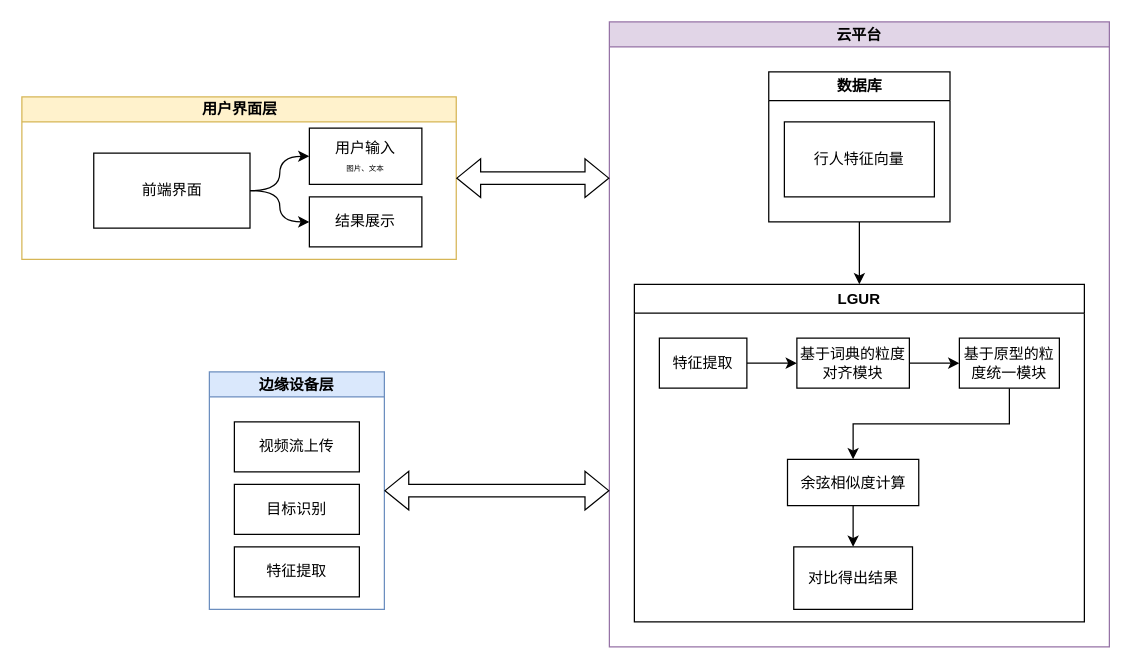
Before: directory/毕设.drawio in lllwwwooo/draw.io, a draw.io diagram. Source tidied: cells renumbered, new cells numbered last; positions are measured from the earlier drawing's top-left corner, leaving out a move shared by most shapes. Both pictures are drawn from the tidied source at 125%, with x=0, y=0 at pixel (21, 21).
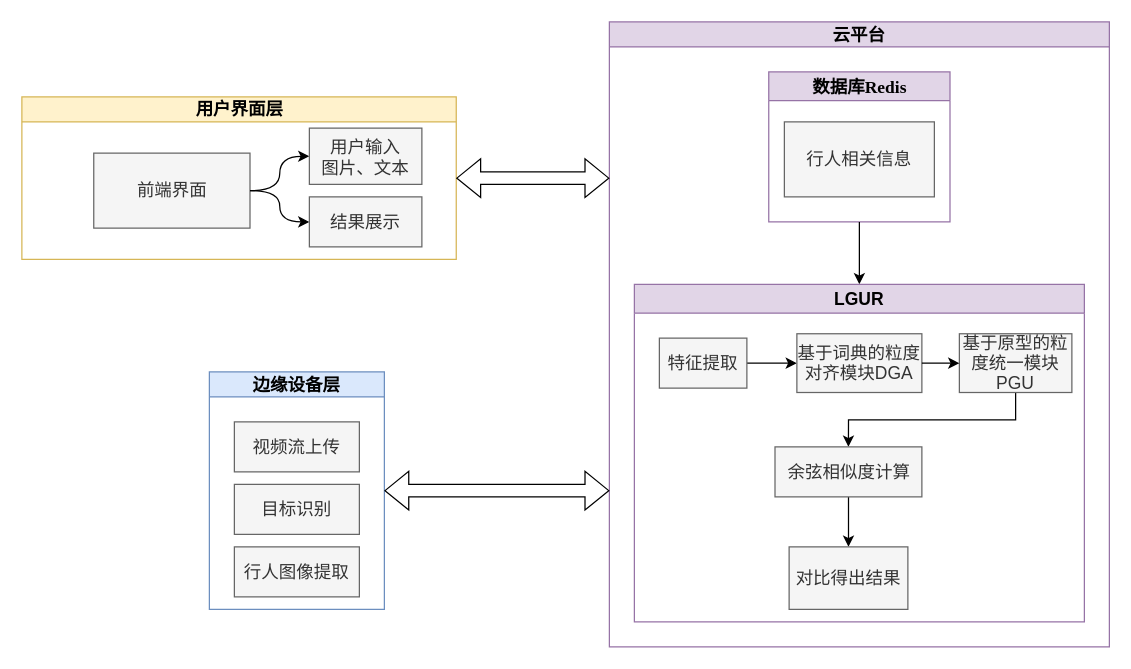
The same page after the edit.

Diff of the diagram source:
```diff
@@
-    <mxCell id="2" value="用户界面层" style="swimlane;html=1;startSize=20;horizontal=1;containerType=tree;glass=0;fillColor=#fff2cc;strokeColor=#d6b656;" parent="1" vertex="1">
+    <mxCell id="2" value="&lt;font style=&quot;font-size: 14px;&quot;&gt;用户界面层&lt;/font&gt;" style="swimlane;html=1;startSize=20;horizontal=1;containerType=tree;glass=0;fillColor=#fff2cc;strokeColor=#d6b656;" parent="1" vertex="1">
       <mxGeometry y="60" width="347.5" height="130" as="geometry" />
     </mxCell>
-    <mxCell id="3" value="前端界面" style="rounded=0;whiteSpace=wrap;html=1;" parent="2" vertex="1">
+    <mxCell id="3" value="&lt;font style=&quot;font-size: 14px;&quot;&gt;前端界面&lt;/font&gt;" style="rounded=0;whiteSpace=wrap;html=1;fillColor=#f5f5f5;strokeColor=#666666;fontColor=#333333;" parent="2" vertex="1">
       <mxGeometry x="57.5" y="45" width="125" height="60" as="geometry" />
     </mxCell>
@@
-    <mxCell id="5" value="用户输入&lt;div&gt;&lt;font style=&quot;font-size: 6px;&quot;&gt;图片、文本&lt;/font&gt;&lt;/div&gt;" style="rounded=0;whiteSpace=wrap;html=1;" parent="2" vertex="1">
+    <mxCell id="5" value="&lt;font style=&quot;font-size: 14px;&quot;&gt;用户输入&lt;/font&gt;&lt;div style=&quot;font-size: 14px;&quot;&gt;&lt;font style=&quot;font-size: 14px;&quot;&gt;图片、文本&lt;/font&gt;&lt;/div&gt;" style="rounded=0;whiteSpace=wrap;html=1;fillColor=#f5f5f5;fontColor=#333333;strokeColor=#666666;" parent="2" vertex="1">
       <mxGeometry x="230" y="25" width="90" height="45" as="geometry" />
     </mxCell>
@@
-    <mxCell id="7" value="结果展示" style="rounded=0;whiteSpace=wrap;html=1;" parent="2" vertex="1">
+    <mxCell id="7" value="&lt;font style=&quot;font-size: 14px;&quot;&gt;结果展示&lt;/font&gt;" style="rounded=0;whiteSpace=wrap;html=1;fillColor=#f5f5f5;fontColor=#333333;strokeColor=#666666;" parent="2" vertex="1">
       <mxGeometry x="230" y="80" width="90" height="40" as="geometry" />
     </mxCell>
-    <mxCell id="8" value="边缘设备层" style="swimlane;startSize=20;horizontal=1;horizontalTree=0;sortEdges=1;containerType=tree;fontSize=12;fillColor=#dae8fc;strokeColor=#6c8ebf;" parent="1" vertex="1">
+    <mxCell id="8" value="边缘设备层" style="swimlane;startSize=20;horizontal=1;horizontalTree=0;sortEdges=1;containerType=tree;fontSize=14;fillColor=#dae8fc;strokeColor=#6c8ebf;" parent="1" vertex="1">
       <mxGeometry x="150" y="280" width="140" height="190" as="geometry" />
     </mxCell>
-    <mxCell id="9" value="视频流上传" style="whiteSpace=wrap;html=1;" parent="8" vertex="1">
+    <mxCell id="9" value="&lt;font style=&quot;font-size: 14px;&quot;&gt;视频流上传&lt;/font&gt;" style="whiteSpace=wrap;html=1;fillColor=#f5f5f5;fontColor=#333333;strokeColor=#666666;" parent="8" vertex="1">
       <mxGeometry x="20" y="40" width="100" height="40" as="geometry" />
     </mxCell>
-    <mxCell id="10" value="目标识别" style="whiteSpace=wrap;html=1;" parent="8" vertex="1">
+    <mxCell id="10" value="&lt;font style=&quot;font-size: 14px;&quot;&gt;目标识别&lt;/font&gt;" style="whiteSpace=wrap;html=1;fillColor=#f5f5f5;fontColor=#333333;strokeColor=#666666;" parent="8" vertex="1">
       <mxGeometry x="20" y="90" width="100" height="40" as="geometry" />
     </mxCell>
-    <mxCell id="11" value="特征提取" style="whiteSpace=wrap;html=1;" parent="8" vertex="1">
+    <mxCell id="11" value="&lt;font style=&quot;font-size: 14px;&quot;&gt;行人图像提取&lt;/font&gt;" style="whiteSpace=wrap;html=1;fillColor=#f5f5f5;fontColor=#333333;strokeColor=#666666;" parent="8" vertex="1">
       <mxGeometry x="20" y="140" width="100" height="40" as="geometry" />
     </mxCell>
-    <mxCell id="12" value="云平台" style="swimlane;startSize=20;horizontal=1;horizontalTree=0;sortEdges=1;containerType=tree;fontSize=12;fillColor=#e1d5e7;strokeColor=#9673a6;" parent="1" vertex="1">
+    <mxCell id="12" value="云平台" style="swimlane;startSize=20;horizontal=1;horizontalTree=0;sortEdges=1;containerType=tree;fontSize=14;fillColor=#e1d5e7;strokeColor=#9673a6;" parent="1" vertex="1">
       <mxGeometry x="470" width="400" height="500" as="geometry" />
     </mxCell>
-    <mxCell id="13" value="数据库" style="swimlane;whiteSpace=wrap;html=1;" parent="12" vertex="1">
+    <mxCell id="13" value="&lt;font style=&quot;font-size: 14px;&quot;&gt;数据库&lt;span style=&quot;line-height: 125%; font-family: &amp;quot;Times New Roman&amp;quot;, serif;&quot; lang=&quot;EN-US&quot;&gt;&lt;font style=&quot;font-size: 14px;&quot;&gt;Redis&lt;/font&gt;&lt;/span&gt;&lt;/font&gt;" style="swimlane;whiteSpace=wrap;html=1;fillColor=#e1d5e7;strokeColor=#9673a6;" parent="12" vertex="1">
       <mxGeometry x="127.5" y="40" width="145" height="120" as="geometry" />
     </mxCell>
-    <mxCell id="14" value="行人特征向量" style="whiteSpace=wrap;html=1;" parent="13" vertex="1">
+    <mxCell id="14" value="&lt;font style=&quot;font-size: 14px;&quot;&gt;行人相关信息&lt;/font&gt;" style="whiteSpace=wrap;html=1;fillColor=#f5f5f5;fontColor=#333333;strokeColor=#666666;" parent="13" vertex="1">
       <mxGeometry x="12.5" y="40" width="120" height="60" as="geometry" />
     </mxCell>
@@
-    <mxCell id="16" value="LGUR" style="swimlane;whiteSpace=wrap;html=1;" parent="12" vertex="1">
+    <mxCell id="16" value="&lt;font style=&quot;font-size: 14px;&quot;&gt;LGUR&lt;/font&gt;" style="swimlane;whiteSpace=wrap;html=1;startSize=23;fillColor=#e1d5e7;strokeColor=#9673a6;" parent="12" vertex="1">
       <mxGeometry x="20" y="210" width="360" height="270" as="geometry" />
     </mxCell>
@@
-    <mxCell id="18" value="&lt;span style=&quot;line-height: 125%;&quot;&gt;&lt;font style=&quot;font-size: 12px;&quot;&gt;特征提取&lt;/font&gt;&lt;/span&gt;" style="whiteSpace=wrap;html=1;" parent="16" vertex="1">
+    <mxCell id="18" value="&lt;span style=&quot;line-height: 125%;&quot;&gt;&lt;font style=&quot;font-size: 14px;&quot;&gt;特征提取&lt;/font&gt;&lt;/span&gt;" style="whiteSpace=wrap;html=1;fillColor=#f5f5f5;fontColor=#333333;strokeColor=#666666;" parent="16" vertex="1">
       <mxGeometry x="20" y="43" width="70" height="40" as="geometry" />
     </mxCell>
-    <mxCell id="19" value="&lt;span style=&quot;line-height: 125%;&quot;&gt;&lt;font style=&quot;font-size: 12px;&quot;&gt;基于词典的粒度对齐模块&lt;/font&gt;&lt;/span&gt;" style="whiteSpace=wrap;html=1;" parent="16" vertex="1">
-      <mxGeometry x="130" y="43" width="90" height="40" as="geometry" />
+    <mxCell id="19" value="&lt;span style=&quot;line-height: 125%;&quot;&gt;&lt;font style=&quot;font-size: 14px;&quot;&gt;基于词典的粒度对齐模块DGA&lt;/font&gt;&lt;/span&gt;" style="whiteSpace=wrap;html=1;fillColor=#f5f5f5;fontColor=#333333;strokeColor=#666666;" parent="16" vertex="1">
+      <mxGeometry x="130" y="39.5" width="100" height="47" as="geometry" />
     </mxCell>
@@
-    <mxCell id="21" value="&lt;span style=&quot;line-height: 125%;&quot;&gt;&lt;font style=&quot;font-size: 12px;&quot;&gt;基于原型的粒度统一模块&lt;/font&gt;&lt;/span&gt;" style="whiteSpace=wrap;html=1;" parent="16" vertex="1">
-      <mxGeometry x="260" y="43" width="80" height="40" as="geometry" />
+    <mxCell id="21" value="&lt;span style=&quot;line-height: 125%;&quot;&gt;&lt;font style=&quot;font-size: 14px;&quot;&gt;基于原型的粒度统一模块PGU&lt;/font&gt;&lt;/span&gt;" style="whiteSpace=wrap;html=1;fillColor=#f5f5f5;fontColor=#333333;strokeColor=#666666;" parent="16" vertex="1">
+      <mxGeometry x="260" y="39.5" width="90" height="47" as="geometry" />
     </mxCell>
@@
-    <mxCell id="24" value="余弦相似度计算" style="rounded=0;whiteSpace=wrap;html=1;" parent="16" vertex="1">
-      <mxGeometry x="122.5" y="140" width="105" height="37" as="geometry" />
+    <mxCell id="24" value="&lt;font style=&quot;font-size: 14px;&quot;&gt;余弦相似度计算&lt;/font&gt;" style="rounded=0;whiteSpace=wrap;html=1;fillColor=#f5f5f5;fontColor=#333333;strokeColor=#666666;" parent="16" vertex="1">
+      <mxGeometry x="112.5" y="130" width="117.5" height="40" as="geometry" />
     </mxCell>
-    <mxCell id="25" value="对比得出结果" style="whiteSpace=wrap;html=1;rounded=0;" parent="16" vertex="1">
-      <mxGeometry x="127.5" y="210" width="95" height="50" as="geometry" />
+    <mxCell id="25" value="&lt;font style=&quot;font-size: 14px;&quot;&gt;对比得出结果&lt;/font&gt;" style="whiteSpace=wrap;html=1;rounded=0;fillColor=#f5f5f5;fontColor=#333333;strokeColor=#666666;" parent="16" vertex="1">
+      <mxGeometry x="123.8" y="210" width="95" height="50" as="geometry" />
     </mxCell>
```
